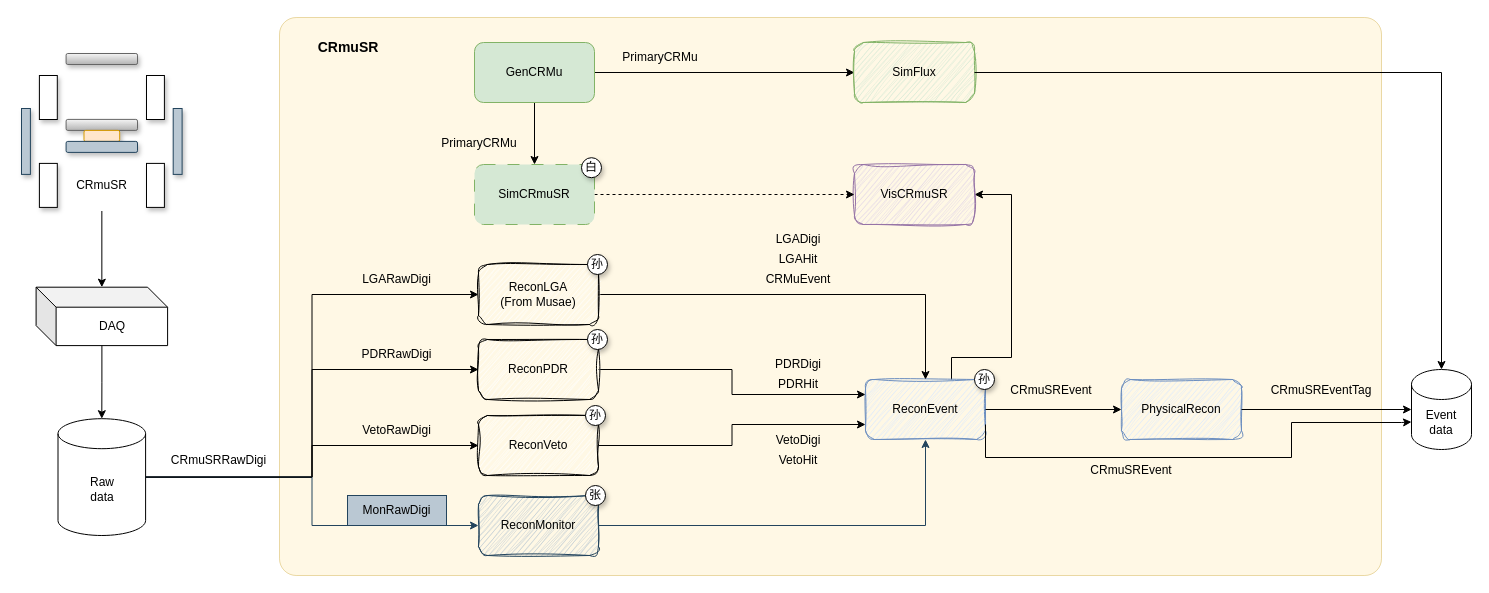
This is CRmuSRRecon.drawio from Lawrence-Sun/diagrams, a draw.io file, before an edit. Source tidied: cells renumbered, new cells numbered last; positions are measured from the earlier drawing's top-left corner, leaving out a move shared by most shapes. Both pictures are drawn from the tidied source at 100%, with x=0, y=0 at pixel (21, 17).
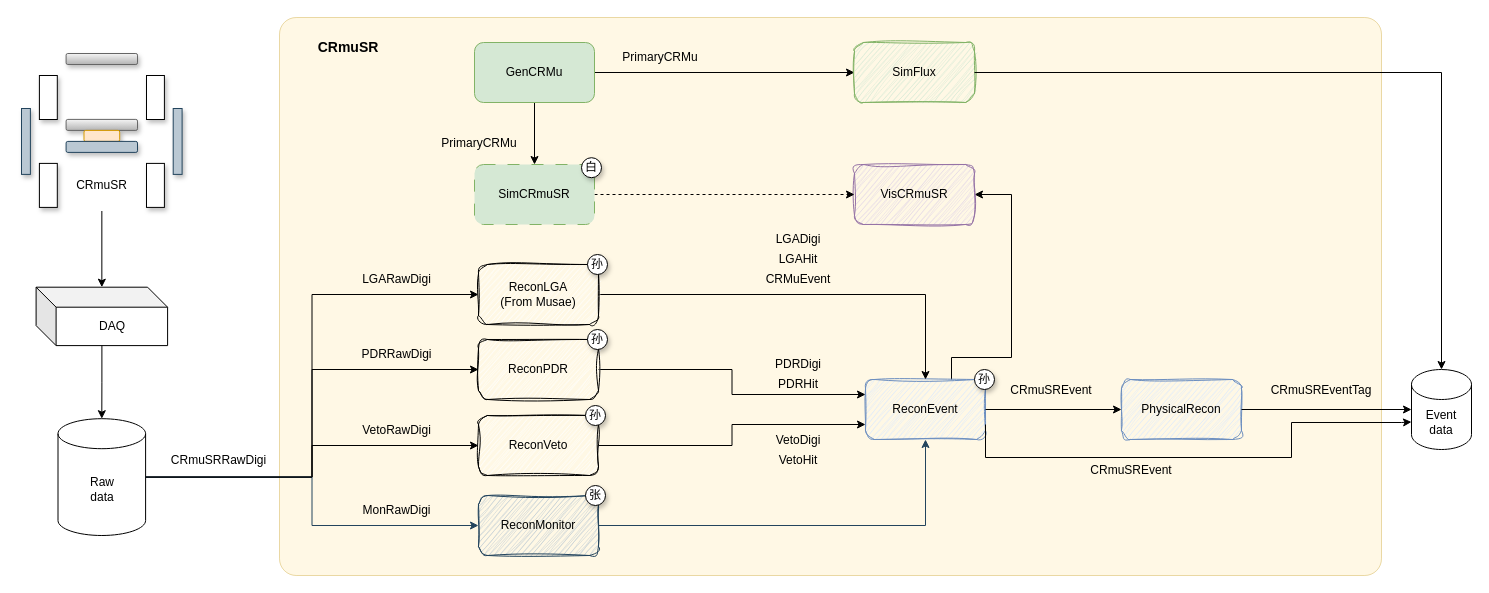
The same page after the edit.

What changed in the source:
```diff
@@
-    <mxCell id="61" value="MonRawDigi" style="text;html=1;whiteSpace=wrap;strokeColor=#23445d;fillColor=#bac8d3;align=center;verticalAlign=middle;rounded=0;" parent="1" vertex="1">
+    <mxCell id="61" value="MonRawDigi" style="text;html=1;whiteSpace=wrap;align=center;verticalAlign=middle;rounded=0;" parent="1" vertex="1">
       <mxGeometry x="326" y="478" width="99" height="30" as="geometry" />
     </mxCell>
```
